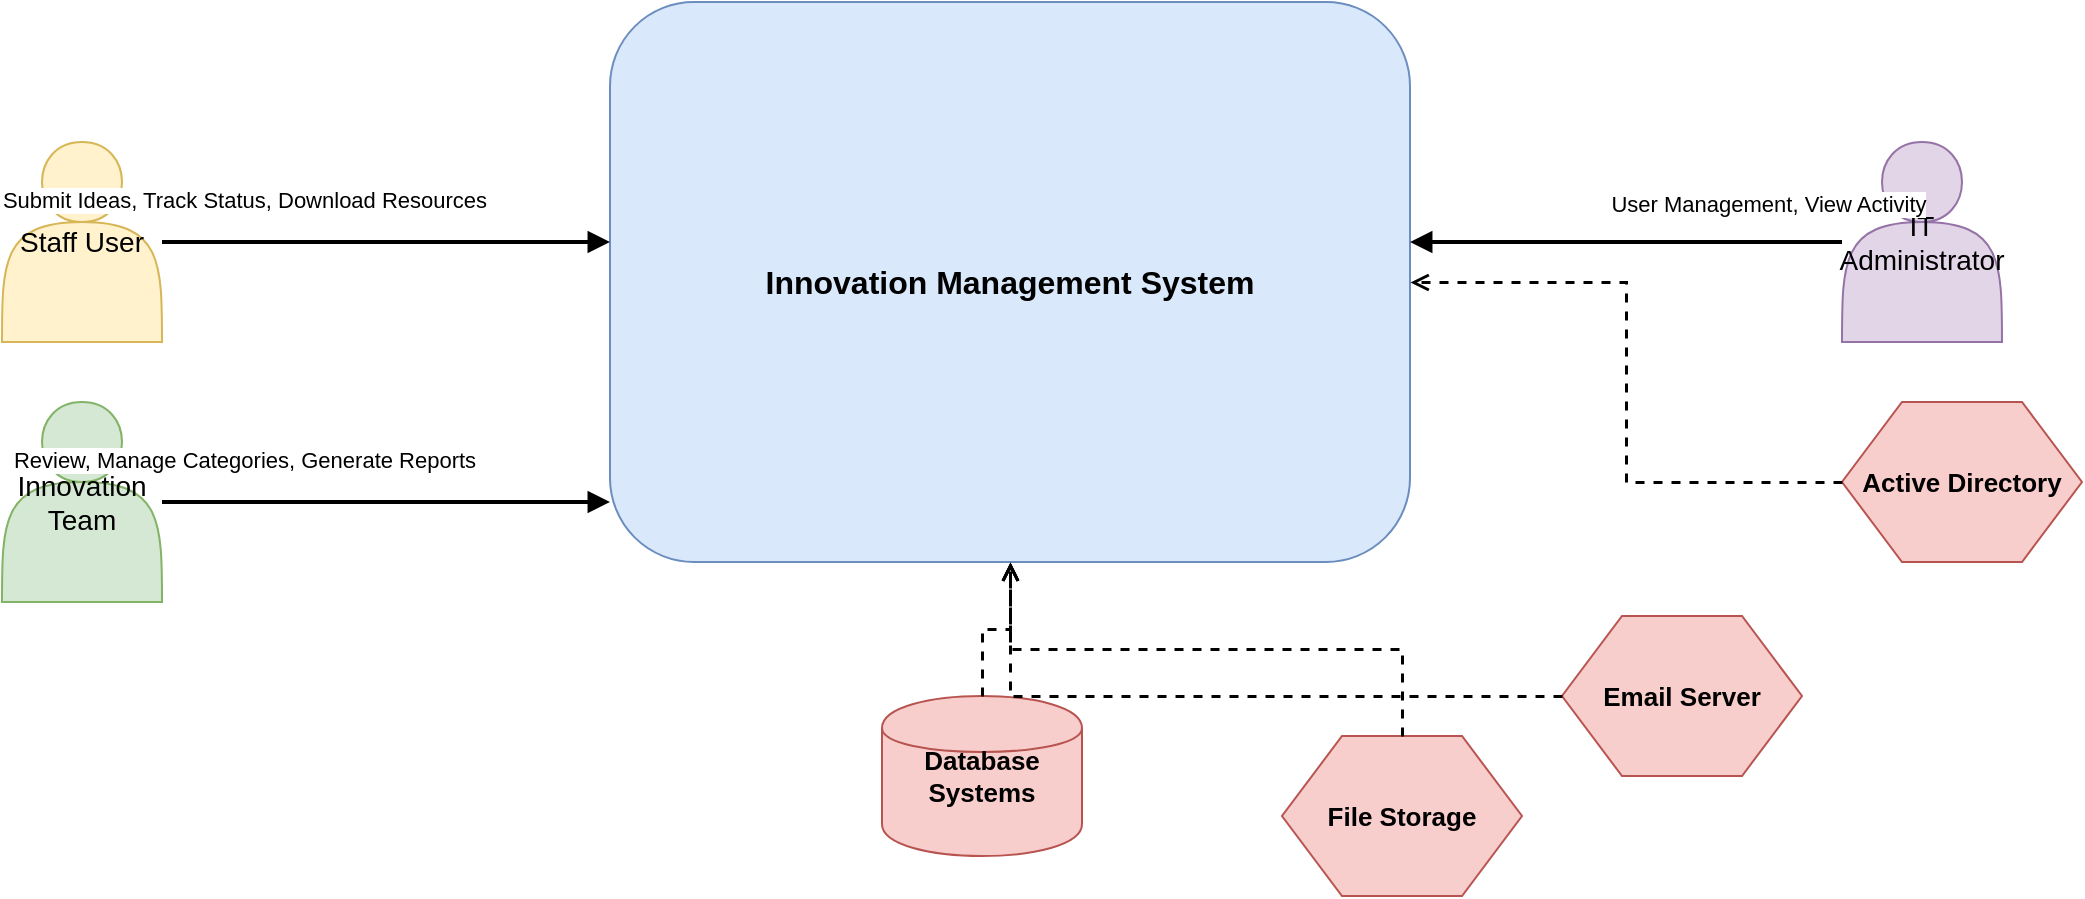
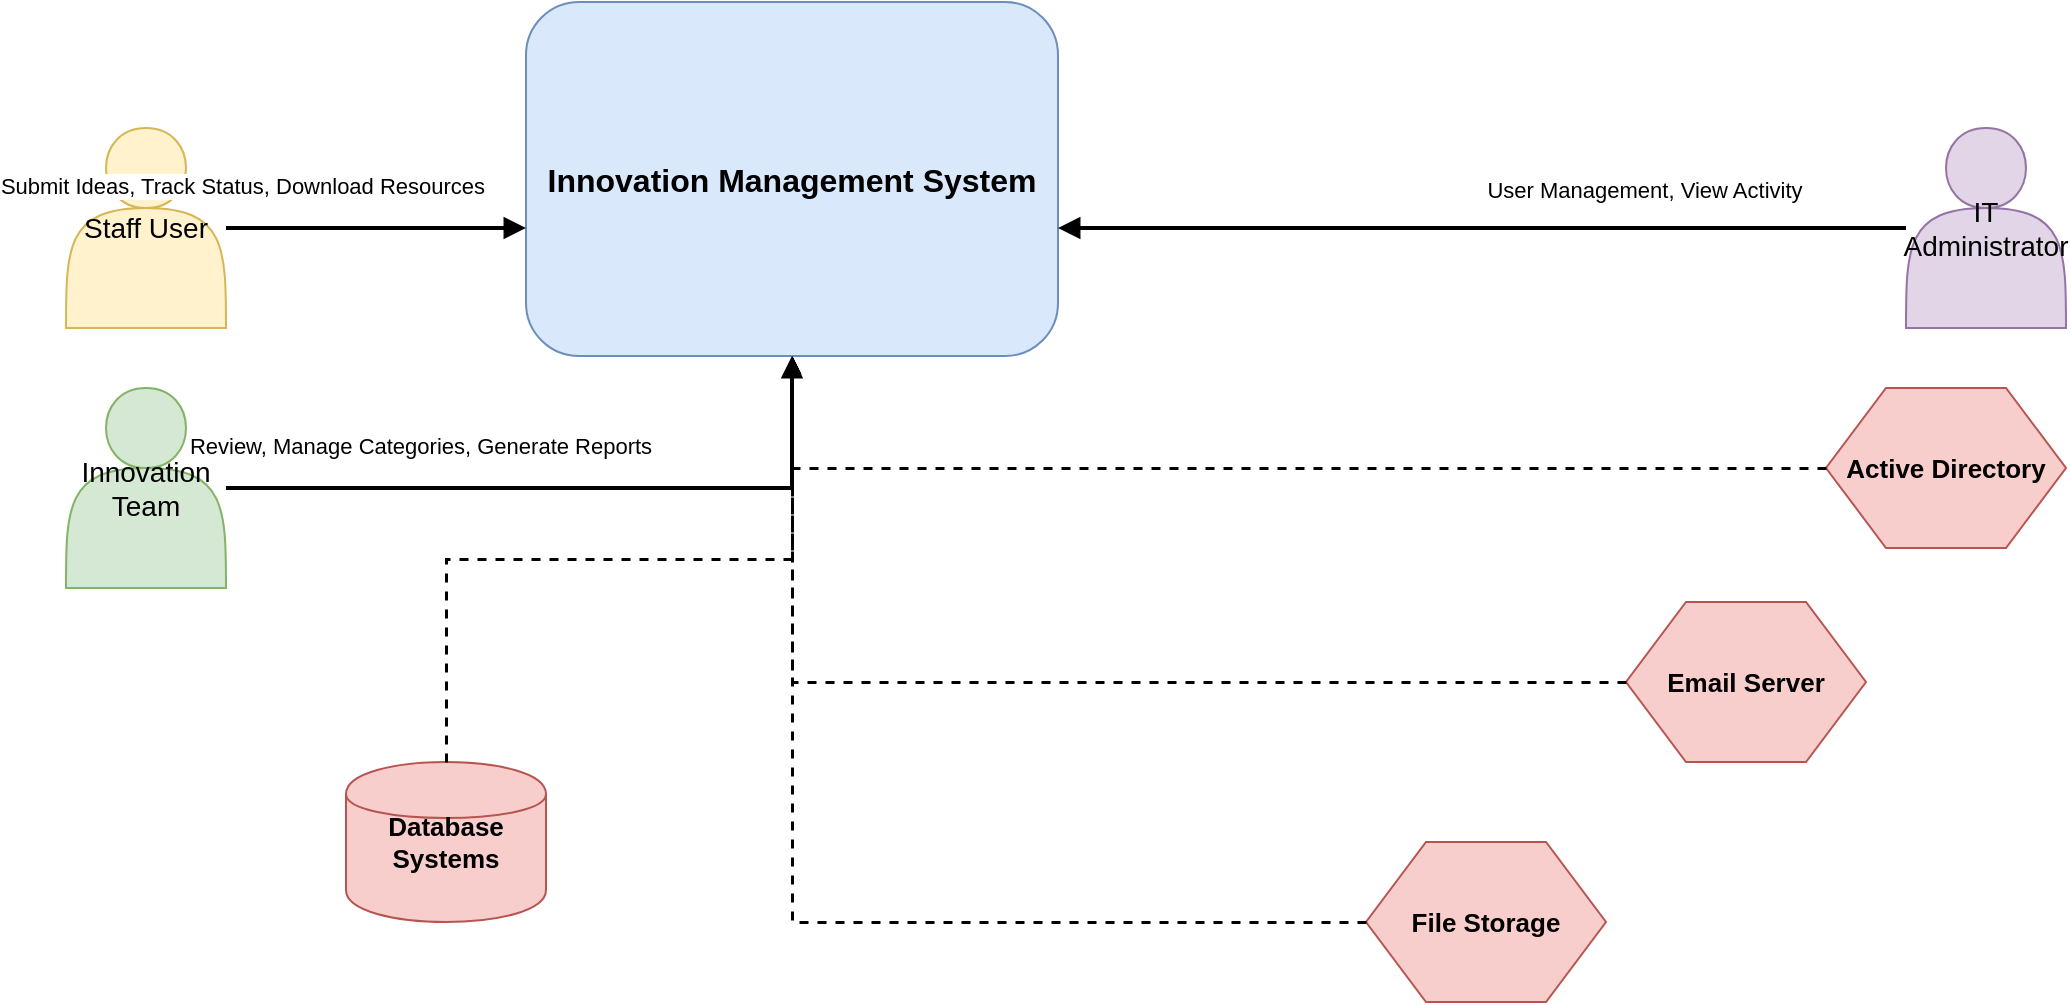
<mxfile host="app.diagrams.net">
  <diagram name="Context Diagram" id="3z_XNMbzBddB80Agc4Fs">
-     <mxGraphModel dx="926" dy="600" grid="1" gridSize="10" guides="1" tooltips="1" connect="1" arrows="1" fold="1" page="1" pageScale="1" pageWidth="850" pageHeight="1100" math="0" shadow="0">
+     <mxGraphModel dx="1089" dy="706" grid="1" gridSize="10" guides="1" tooltips="1" connect="1" arrows="1" fold="1" page="1" pageScale="1" pageWidth="850" pageHeight="1100" math="0" shadow="0">
      <root>
        <mxCell id="0" />
        <mxCell id="1" parent="0" />
        <mxCell id="R1ZSF0XmPRLwyTdCPRX4-1" parent="1" style="rounded=1;whiteSpace=wrap;html=1;fillColor=#dae8fc;strokeColor=#6c8ebf;fontSize=16;fontStyle=1;verticalAlign=middle;horizontalAlign=center;" value="Innovation Management System" vertex="1">
-           <mxGeometry height="280" width="400" x="384" y="273" as="geometry" />
+           <mxGeometry height="177" width="266" x="310" y="280" as="geometry" />
        </mxCell>
        <mxCell id="R1ZSF0XmPRLwyTdCPRX4-2" parent="1" style="shape=actor;whiteSpace=wrap;html=1;fillColor=#fff2cc;strokeColor=#d6b656;fontSize=14;" value="Staff User" vertex="1">
          <mxGeometry height="100" width="80" x="80" y="343" as="geometry" />
        </mxCell>
        <mxCell id="R1ZSF0XmPRLwyTdCPRX4-3" parent="1" style="shape=actor;whiteSpace=wrap;html=1;fillColor=#d5e8d4;strokeColor=#82b366;fontSize=14;" value="Innovation Team" vertex="1">
          <mxGeometry height="100" width="80" x="80" y="473" as="geometry" />
        </mxCell>
        <mxCell id="R1ZSF0XmPRLwyTdCPRX4-4" parent="1" style="shape=actor;whiteSpace=wrap;html=1;fillColor=#e1d5e7;strokeColor=#9673a6;fontSize=14;" value="IT Administrator" vertex="1">
          <mxGeometry height="100" width="80" x="1000" y="343" as="geometry" />
        </mxCell>
        <mxCell id="R1ZSF0XmPRLwyTdCPRX4-5" parent="1" style="shape=hexagon;perimeter=hexagonPerimeter2;whiteSpace=wrap;html=1;fillColor=#f8cecc;strokeColor=#b85450;fontSize=13;fontStyle=1;" value="Active Directory" vertex="1">
-           <mxGeometry height="80" width="120" x="1000" y="473" as="geometry" />
+           <mxGeometry height="80" width="120" x="960" y="473" as="geometry" />
        </mxCell>
        <mxCell id="R1ZSF0XmPRLwyTdCPRX4-6" parent="1" style="shape=hexagon;perimeter=hexagonPerimeter2;whiteSpace=wrap;html=1;fillColor=#f8cecc;strokeColor=#b85450;fontSize=13;fontStyle=1;" value="Email Server" vertex="1">
          <mxGeometry height="80" width="120" x="860" y="580" as="geometry" />
        </mxCell>
        <mxCell id="R1ZSF0XmPRLwyTdCPRX4-7" parent="1" style="shape=hexagon;perimeter=hexagonPerimeter2;whiteSpace=wrap;html=1;fillColor=#f8cecc;strokeColor=#b85450;fontSize=13;fontStyle=1;" value="File Storage" vertex="1">
-           <mxGeometry height="80" width="120" x="720" y="640" as="geometry" />
+           <mxGeometry height="80" width="120" x="730" y="700" as="geometry" />
        </mxCell>
        <mxCell id="R1ZSF0XmPRLwyTdCPRX4-8" parent="1" style="shape=cylinder;whiteSpace=wrap;html=1;fillColor=#f8cecc;strokeColor=#b85450;fontSize=13;fontStyle=1;" value="Database Systems" vertex="1">
-           <mxGeometry height="80" width="100" x="520" y="620" as="geometry" />
+           <mxGeometry height="80" width="100" x="220" y="660" as="geometry" />
        </mxCell>
        <mxCell id="R1ZSF0XmPRLwyTdCPRX4-9" edge="1" parent="1" source="R1ZSF0XmPRLwyTdCPRX4-2" style="edgeStyle=orthogonalEdgeStyle;rounded=0;orthogonalLoop=1;jettySize=auto;html=1;strokeWidth=2;endArrow=block;endFill=1;" target="R1ZSF0XmPRLwyTdCPRX4-1">
          <mxGeometry relative="1" as="geometry">
            <Array as="points">
              <mxPoint x="160" y="393" />
              <mxPoint x="210" y="393" />
            </Array>
          </mxGeometry>
        </mxCell>
        <mxCell id="R1ZSF0XmPRLwyTdCPRX4-10" connectable="0" parent="R1ZSF0XmPRLwyTdCPRX4-9" style="edgeLabel;html=1;align=center;verticalAlign=middle;resizable=0;points=[];fontSize=11;" value="Submit Ideas, Track Status, Download Resources" vertex="1">
          <mxGeometry relative="1" x="-0.1" y="1" as="geometry">
            <mxPoint x="-60" y="-20" as="offset" />
          </mxGeometry>
        </mxCell>
        <mxCell id="R1ZSF0XmPRLwyTdCPRX4-11" edge="1" parent="1" source="R1ZSF0XmPRLwyTdCPRX4-3" style="edgeStyle=orthogonalEdgeStyle;rounded=0;orthogonalLoop=1;jettySize=auto;html=1;strokeWidth=2;endArrow=block;endFill=1;" target="R1ZSF0XmPRLwyTdCPRX4-1">
          <mxGeometry relative="1" as="geometry">
            <Array as="points">
              <mxPoint x="160" y="523" />
              <mxPoint x="210" y="523" />
            </Array>
          </mxGeometry>
        </mxCell>
        <mxCell id="R1ZSF0XmPRLwyTdCPRX4-12" connectable="0" parent="R1ZSF0XmPRLwyTdCPRX4-11" style="edgeLabel;html=1;align=center;verticalAlign=middle;resizable=0;points=[];fontSize=11;" value="Review, Manage Categories, Generate Reports" vertex="1">
          <mxGeometry relative="1" x="-0.1" y="1" as="geometry">
            <mxPoint x="-60" y="-20" as="offset" />
          </mxGeometry>
        </mxCell>
        <mxCell id="R1ZSF0XmPRLwyTdCPRX4-13" edge="1" parent="1" source="R1ZSF0XmPRLwyTdCPRX4-4" style="edgeStyle=orthogonalEdgeStyle;rounded=0;orthogonalLoop=1;jettySize=auto;html=1;strokeWidth=2;endArrow=block;endFill=1;" target="R1ZSF0XmPRLwyTdCPRX4-1">
          <mxGeometry relative="1" as="geometry">
            <Array as="points">
              <mxPoint x="1000" y="393" />
              <mxPoint x="784" y="393" />
            </Array>
          </mxGeometry>
        </mxCell>
        <mxCell id="R1ZSF0XmPRLwyTdCPRX4-14" connectable="0" parent="R1ZSF0XmPRLwyTdCPRX4-13" style="edgeLabel;html=1;align=center;verticalAlign=middle;resizable=0;points=[];fontSize=11;" value="User Management, View Activity" vertex="1">
          <mxGeometry relative="1" x="-0.1" y="1" as="geometry">
            <mxPoint x="60" y="-20" as="offset" />
          </mxGeometry>
        </mxCell>
        <mxCell id="R1ZSF0XmPRLwyTdCPRX4-15" edge="1" parent="1" source="R1ZSF0XmPRLwyTdCPRX4-5" style="edgeStyle=orthogonalEdgeStyle;rounded=0;orthogonalLoop=1;jettySize=auto;html=1;strokeWidth=1.5;dashed=1;endArrow=open;endFill=0;" target="R1ZSF0XmPRLwyTdCPRX4-1">
          <mxGeometry relative="1" as="geometry" />
        </mxCell>
        <mxCell id="R1ZSF0XmPRLwyTdCPRX4-16" edge="1" parent="1" source="R1ZSF0XmPRLwyTdCPRX4-6" style="edgeStyle=orthogonalEdgeStyle;rounded=0;orthogonalLoop=1;jettySize=auto;html=1;strokeWidth=1.5;dashed=1;endArrow=open;endFill=0;" target="R1ZSF0XmPRLwyTdCPRX4-1">
          <mxGeometry relative="1" as="geometry" />
        </mxCell>
        <mxCell id="R1ZSF0XmPRLwyTdCPRX4-17" edge="1" parent="1" source="R1ZSF0XmPRLwyTdCPRX4-7" style="edgeStyle=orthogonalEdgeStyle;rounded=0;orthogonalLoop=1;jettySize=auto;html=1;strokeWidth=1.5;dashed=1;endArrow=open;endFill=0;" target="R1ZSF0XmPRLwyTdCPRX4-1">
          <mxGeometry relative="1" as="geometry" />
        </mxCell>
        <mxCell id="R1ZSF0XmPRLwyTdCPRX4-18" edge="1" parent="1" source="R1ZSF0XmPRLwyTdCPRX4-8" style="edgeStyle=orthogonalEdgeStyle;rounded=0;orthogonalLoop=1;jettySize=auto;html=1;strokeWidth=1.5;dashed=1;endArrow=open;endFill=0;" target="R1ZSF0XmPRLwyTdCPRX4-1">
          <mxGeometry relative="1" as="geometry" />
        </mxCell>
      </root>
    </mxGraphModel>
  </diagram>
</mxfile>
